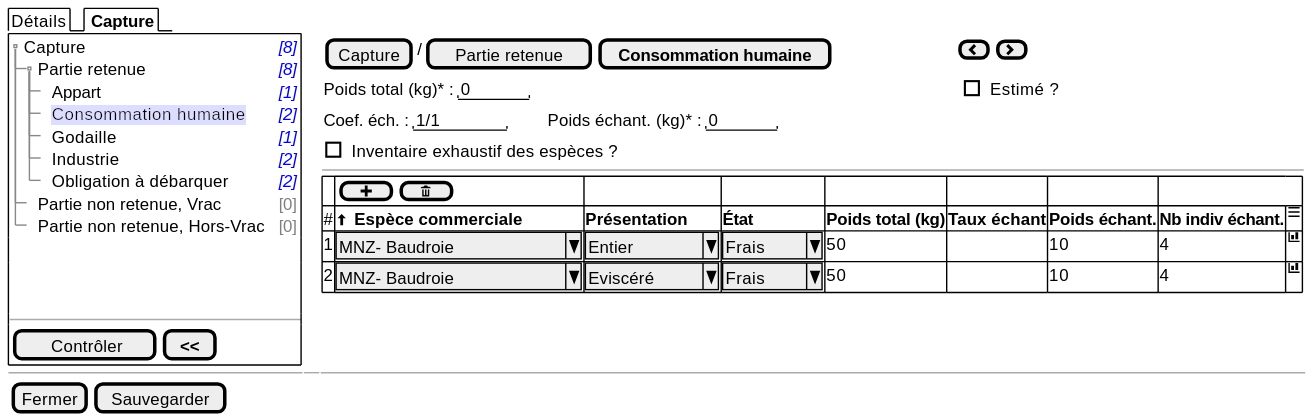
Above: projects/obsmer/spe/images/batch/batch-tree-PR-HCN.svg in sumaris-net/sumaris-doc (PlantUML), before the change.
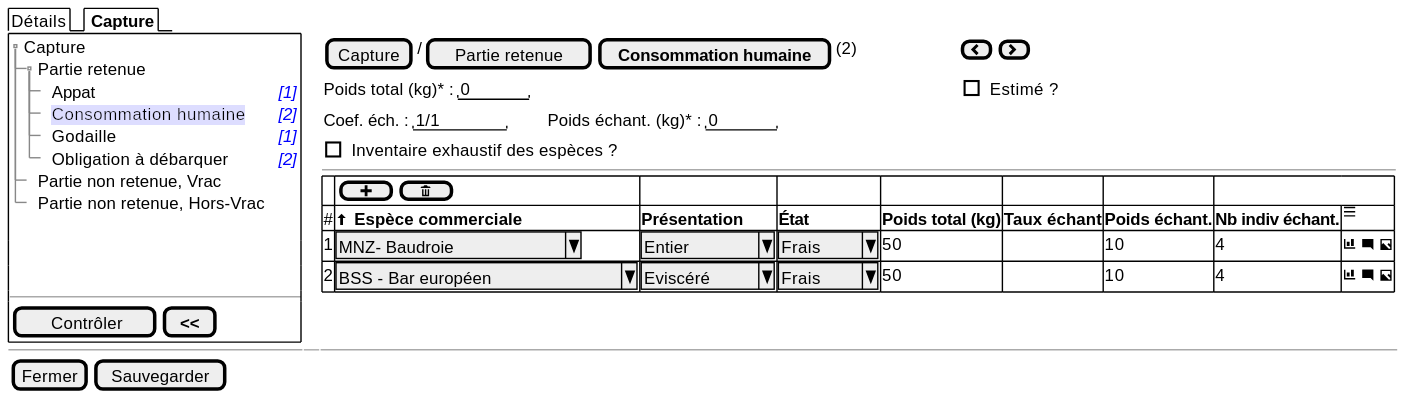
The same file after the commit.

Change to the diagram source:
```diff
@@ -3,15 +3,14 @@
   {/ Détails | <b> Capture }
   {+
    {T
-       + Capture    | <i><color:blue>[8]
-       ++ Partie retenue       | <i><color:blue>[8]
-       +++ Appart | <i><color:blue>[1]
+       + Capture
+       ++ Partie retenue
+       +++ Appat | <i><color:blue>[1]
        +++ <back:#DDF>Consommation humaine | <i><color:blue>[2]
        +++ Godaille | <i><color:blue>[1]
-       +++ Industrie | <i><color:blue>[2]
-       +++ Obligation à débarquer| <i><color:blue>[2]
-       ++ Partie non retenue, Vrac | <color:gray>[0]
-       ++ Partie non retenue, Hors-Vrac | <color:gray>[0]
+       +++ Obligation à débarquer | <i><color:blue>[2]
+       ++ Partie non retenue, Vrac
+       ++ Partie non retenue, Hors-Vrac
    }
     .
     .
@@ -21,7 +20,7 @@
       [<&checkmark> Contrôler] | [ <b><< ]
    }
   } | . | {
-    { [Capture] | / | [Partie retenue] | [<b>Consommation humaine] | . | . | . | . | . | . | . | . | . | . | . | . | . | . | . | . | . | { [<&chevron-left>] | [<&chevron-right>] } }
+    { [Capture] | / | [Partie retenue] | [<b>Consommation humaine] | (2) | . | . | . | . | . | . | . | . | . | . | . | . | . | . | { [<&chevron-left>] | [<&chevron-right>] } }
 
     {Poids total (kg)* : | " 0    " | . | . | . | . | . | . | . | . | . | . | . | . | . | . | . | . | . | . | . | . | . | . | . | . | . | . | . | . | . | . | . | . | . | . | . | . | . | . | . | . | . | . | . | . |. |. |. |. |. |. |. |. |. |. |. |. |. |. |. |. |. |[ ] Estimé ?}
 
@@ -32,8 +31,8 @@
     {#
           . | {[ <&plus> ] | [ <&trash> ] }  | . | . | . | . | .
           # | <&arrow-thick-top> <b>Espèce commerciale  | <b>Présentation | <b>État | <b>Poids total (kg)     |  <b>Taux échant  | <b>Poids échant. | <b>Nb indiv échant. | <&menu>
-          1 | ^MNZ- Baudroie       ^ | ^ Entier   ^ | ^ Frais ^ | 50   |  .   |   10          | 4 | <&bar-chart>
-          2 | ^MNZ- Baudroie       ^ | ^ Eviscéré ^ | ^ Frais ^ | 50   |  .   |   10          | 4 | <&bar-chart>
+          1 | ^MNZ- Baudroie       ^ | ^ Entier   ^ | ^ Frais ^ | 50   |  .   |   10          | 4 | <&bar-chart> <&comment-square> <&image>
+          2 | ^BSS - Bar européen       ^ | ^ Eviscéré ^ | ^ Frais ^ | 50   |  .   |   10          | 4 | <&bar-chart> <&comment-square> <&image>
         }
   }
 
```
